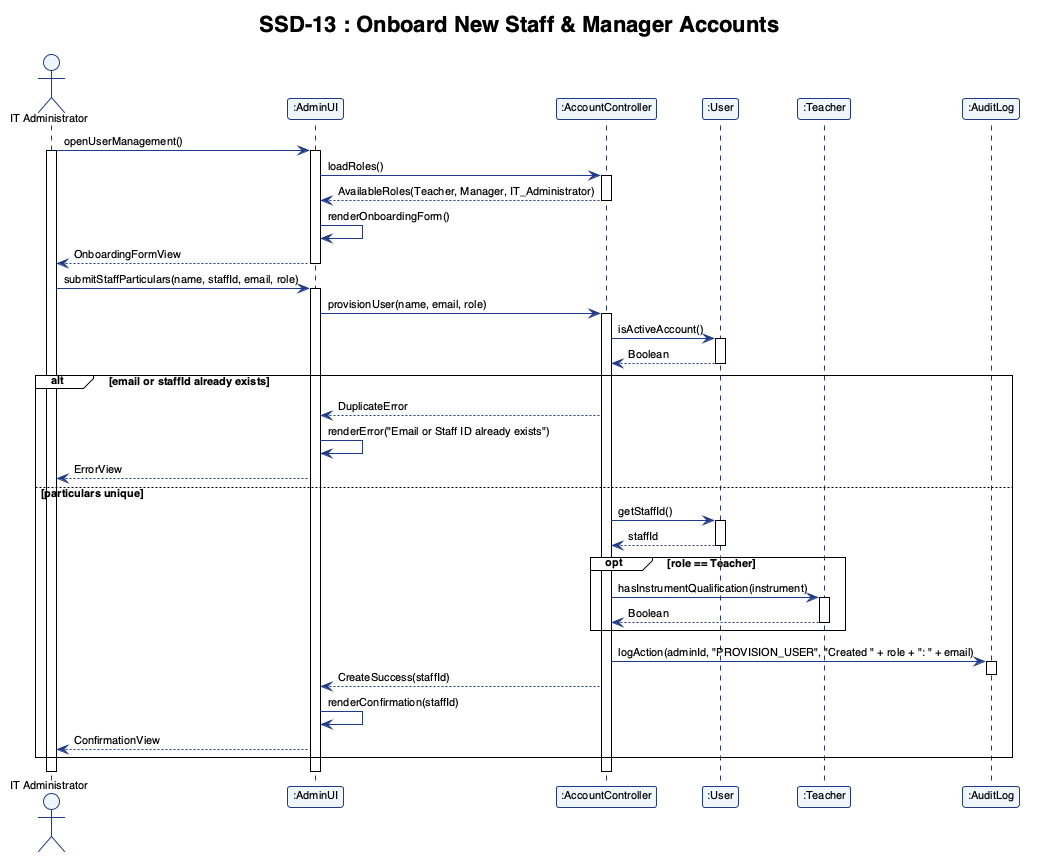
Above: report/assets/ssd_13.png in adoreblvnk/2001temp (PlantUML), before the change.
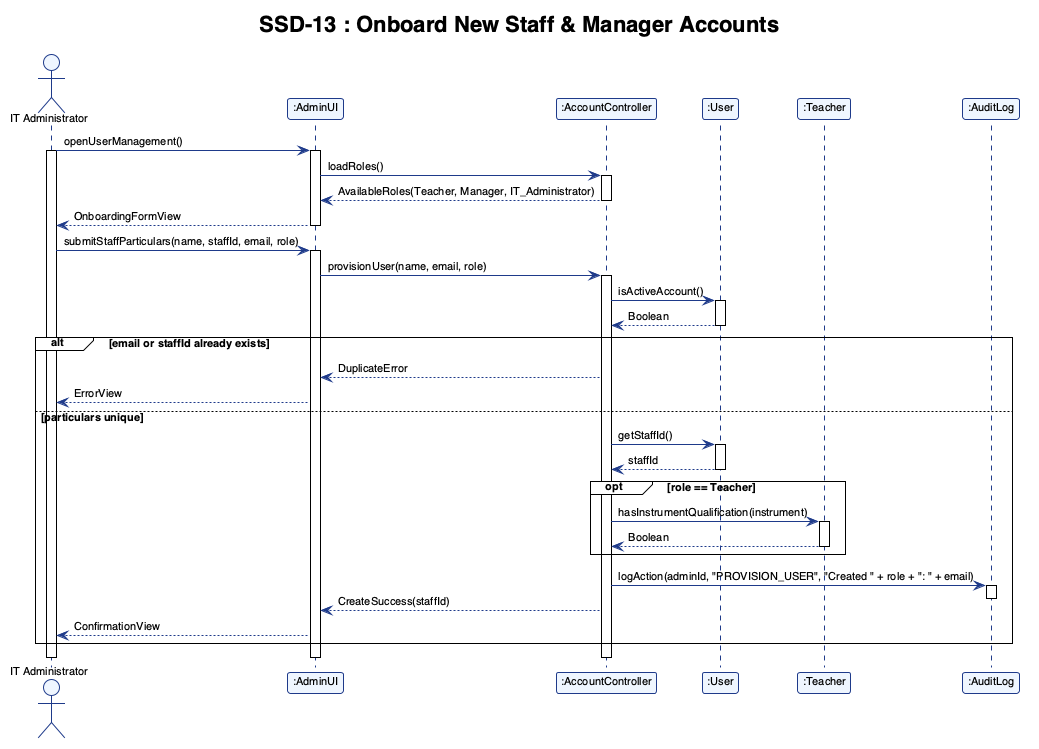
After the change.

The edit, as a diff of the source:
```diff
@@ -29,7 +29,6 @@
 activate AccountController
 AccountController --> AdminUI : AvailableRoles(Teacher, Manager, IT_Administrator)
 deactivate AccountController
-AdminUI -> AdminUI : renderOnboardingForm()
 AdminUI --> ITAdmin : OnboardingFormView
 deactivate AdminUI
 
@@ -45,7 +44,6 @@
 
 alt email or staffId already exists
     AccountController --> AdminUI : DuplicateError
-    AdminUI -> AdminUI : renderError("Email or Staff ID already exists")
     AdminUI --> ITAdmin : ErrorView
 else particulars unique
     AccountController -> User : getStaffId()
@@ -65,7 +63,6 @@
     deactivate AuditLog
 
     AccountController --> AdminUI : CreateSuccess(staffId)
-    AdminUI -> AdminUI : renderConfirmation(staffId)
     AdminUI --> ITAdmin : ConfirmationView
 end
 
```
